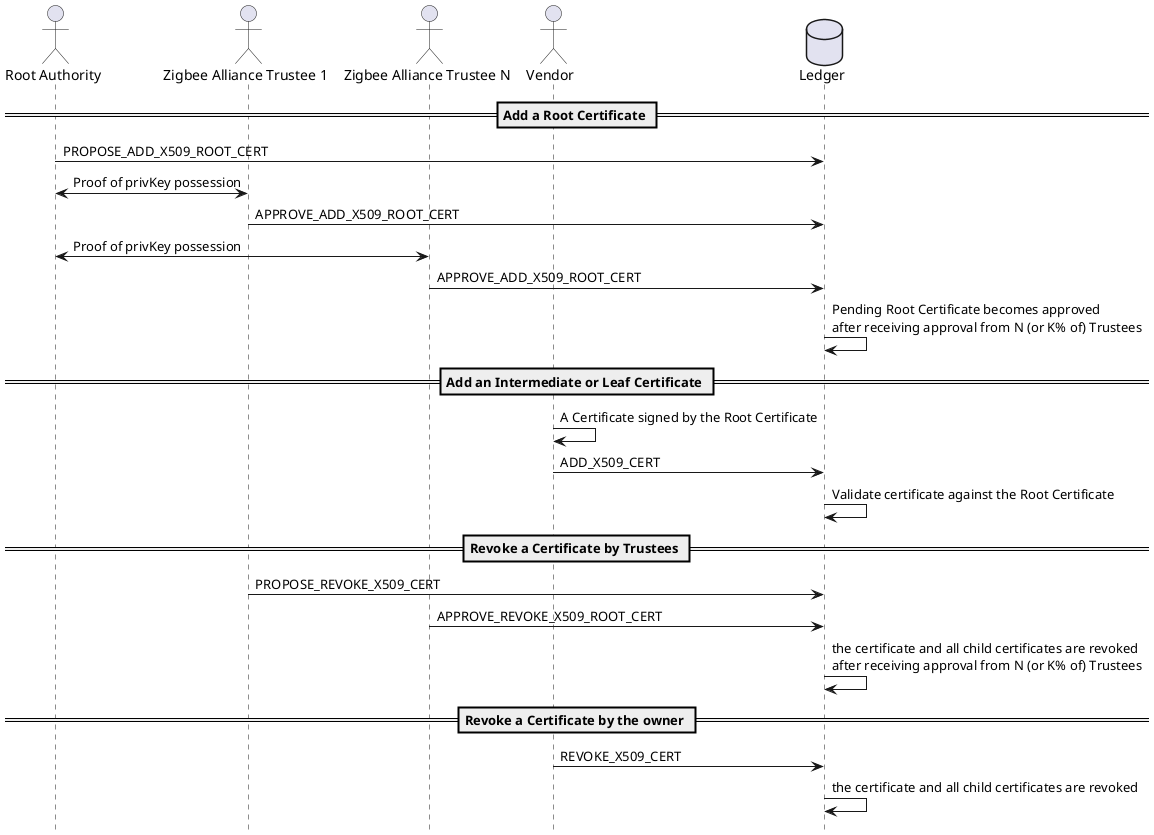
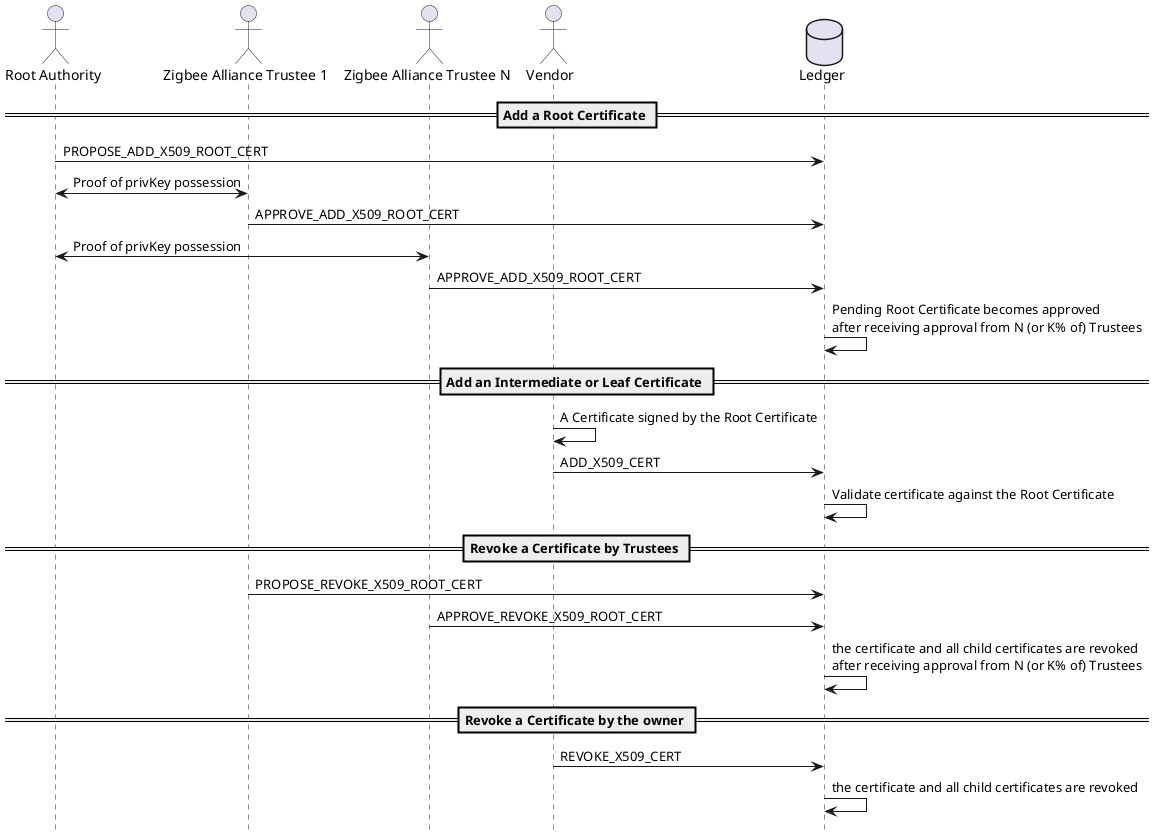
@startuml
!pragma teoz true
hide footbox

actor "Root Authority" as RA
actor "Zigbee Alliance Trustee 1" as T1
actor "Zigbee Alliance Trustee N" as TN
actor Vendor as V

database Ledger as L

== Add a Root Certificate ==
RA -> L: PROPOSE_ADD_X509_ROOT_CERT
RA <-> T1: Proof of privKey possession
T1 -> L: APPROVE_ADD_X509_ROOT_CERT

RA <-> TN: Proof of privKey possession
TN -> L: APPROVE_ADD_X509_ROOT_CERT

L -> L: Pending Root Certificate becomes approved\nafter receiving approval from N (or K% of) Trustees

== Add an Intermediate or Leaf Certificate ==

V -> V: A Certificate signed by the Root Certificate
V -> L: ADD_X509_CERT
L -> L: Validate certificate against the Root Certificate

== Revoke a Certificate by Trustees ==
- T1 -> L: PROPOSE_REVOKE_X509_CERT
+ T1 -> L: PROPOSE_REVOKE_X509_ROOT_CERT
TN -> L: APPROVE_REVOKE_X509_ROOT_CERT
L -> L:the certificate and all child certificates are revoked\nafter receiving approval from N (or K% of) Trustees

== Revoke a Certificate by the owner ==
V -> L: REVOKE_X509_CERT
L -> L: the certificate and all child certificates are revoked
- @enduml+ @enduml
